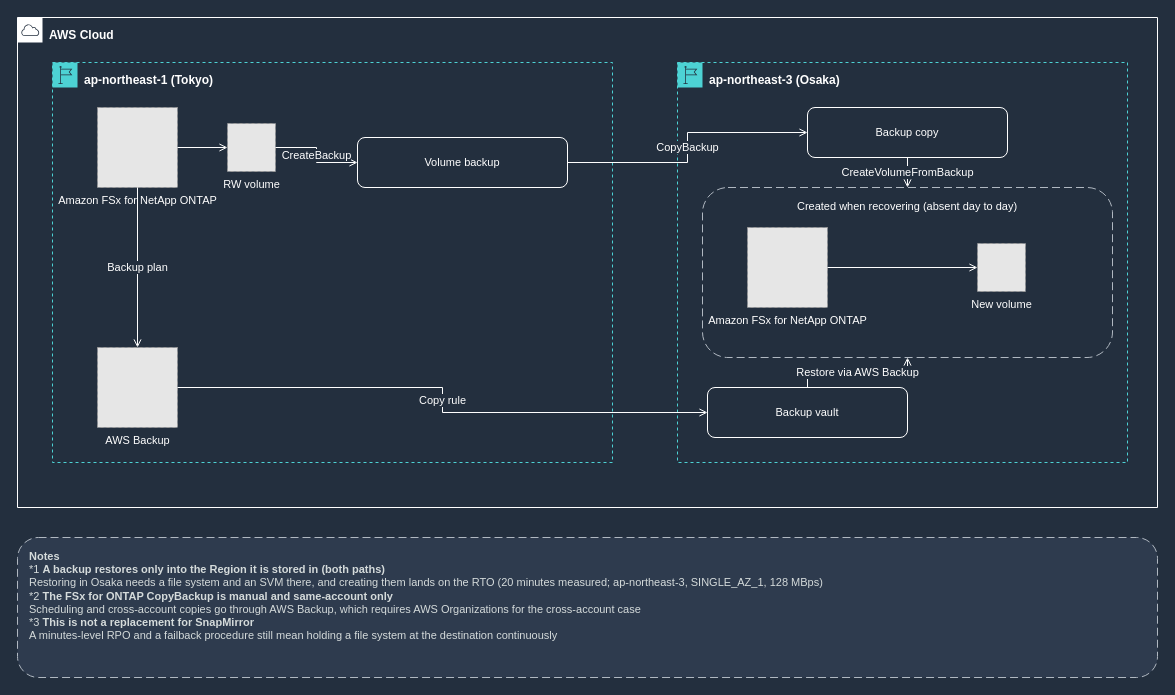
Earlier version of the draw.io diagram docs/_assets/diagrams/backup-copy-cross-region-en-dark.drawio (Yoshiki0705/FSx-for-ONTAP-Adoption-Playbook). Source tidied: cells renumbered, new cells numbered last; positions are measured from the earlier drawing's top-left corner, leaving out a move shared by most shapes. Both pictures are drawn from the tidied source at 100%, with x=0, y=0 at pixel (17, 17). Pictures stored in the file or linked from it are replaced by grey dashed boxes.
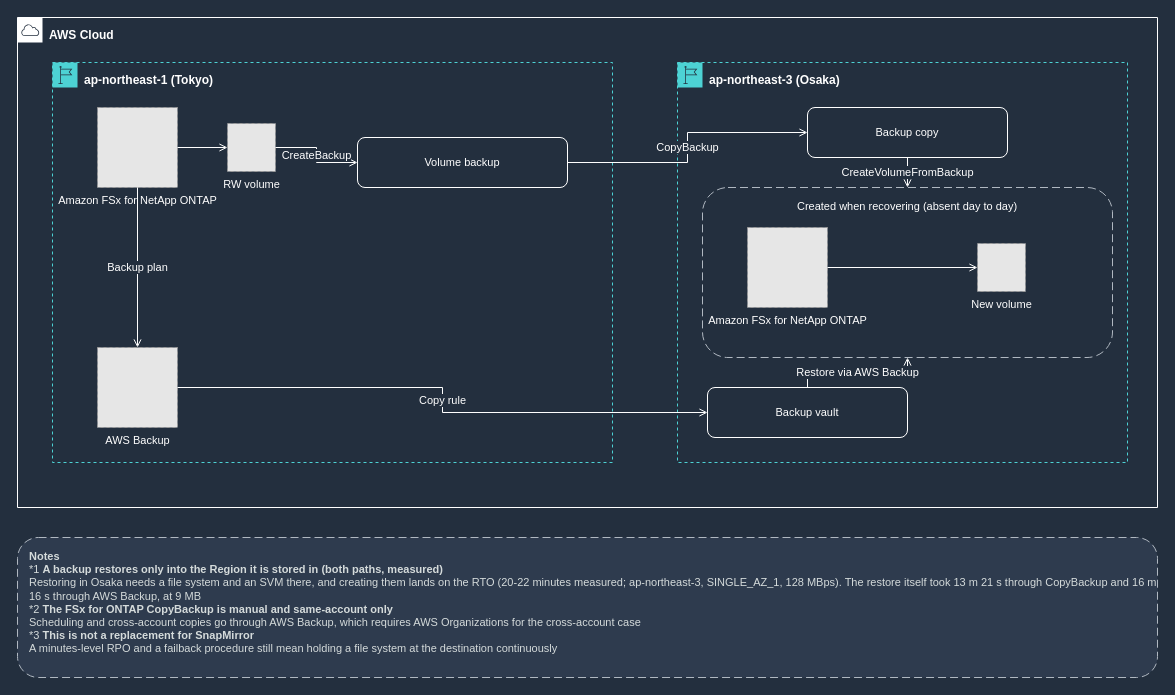
The same diagram, later.

Diff of the diagram source:
```diff
@@
-    <mxCell id="22" value="&lt;b&gt;Notes&lt;/b&gt;&lt;br&gt;*1 &lt;b&gt;A backup restores only into the Region it is stored in (both paths)&lt;/b&gt;&lt;br&gt;Restoring in Osaka needs a file system and an SVM there, and creating them lands on the RTO (20 minutes measured; ap-northeast-3, SINGLE_AZ_1, 128 MBps)&lt;br&gt;*2 &lt;b&gt;The FSx for ONTAP CopyBackup is manual and same-account only&lt;/b&gt;&lt;br&gt;Scheduling and cross-account copies go through AWS Backup, which requires AWS Organizations for the cross-account case&lt;br&gt;*3 &lt;b&gt;This is not a replacement for SnapMirror&lt;/b&gt;&lt;br&gt;A minutes-level RPO and a failback procedure still mean holding a file system at the destination continuously" style="rounded=1;whiteSpace=wrap;html=1;dashed=1;dashPattern=8 4;strokeColor=#B0B8C1;fillColor=#2E3B4E;fontColor=#D5DBDB;fontSize=11;align=left;verticalAlign=top;spacingLeft=10;spacingTop=6;" parent="1" vertex="1">
+    <mxCell id="22" value="&lt;b&gt;Notes&lt;/b&gt;&lt;br&gt;*1 &lt;b&gt;A backup restores only into the Region it is stored in (both paths, measured)&lt;/b&gt;&lt;br&gt;Restoring in Osaka needs a file system and an SVM there, and creating them lands on the RTO (20-22 minutes measured; ap-northeast-3, SINGLE_AZ_1, 128 MBps). The restore itself took 13 m 21 s through CopyBackup and 16 m 16 s through AWS Backup, at 9 MB&lt;br&gt;*2 &lt;b&gt;The FSx for ONTAP CopyBackup is manual and same-account only&lt;/b&gt;&lt;br&gt;Scheduling and cross-account copies go through AWS Backup, which requires AWS Organizations for the cross-account case&lt;br&gt;*3 &lt;b&gt;This is not a replacement for SnapMirror&lt;/b&gt;&lt;br&gt;A minutes-level RPO and a failback procedure still mean holding a file system at the destination continuously" style="rounded=1;whiteSpace=wrap;html=1;dashed=1;dashPattern=8 4;strokeColor=#B0B8C1;fillColor=#2E3B4E;fontColor=#D5DBDB;fontSize=11;align=left;verticalAlign=top;spacingLeft=10;spacingTop=6;" parent="1" vertex="1">
       <mxGeometry y="520" width="1140" height="140" as="geometry" />
     </mxCell>
```
